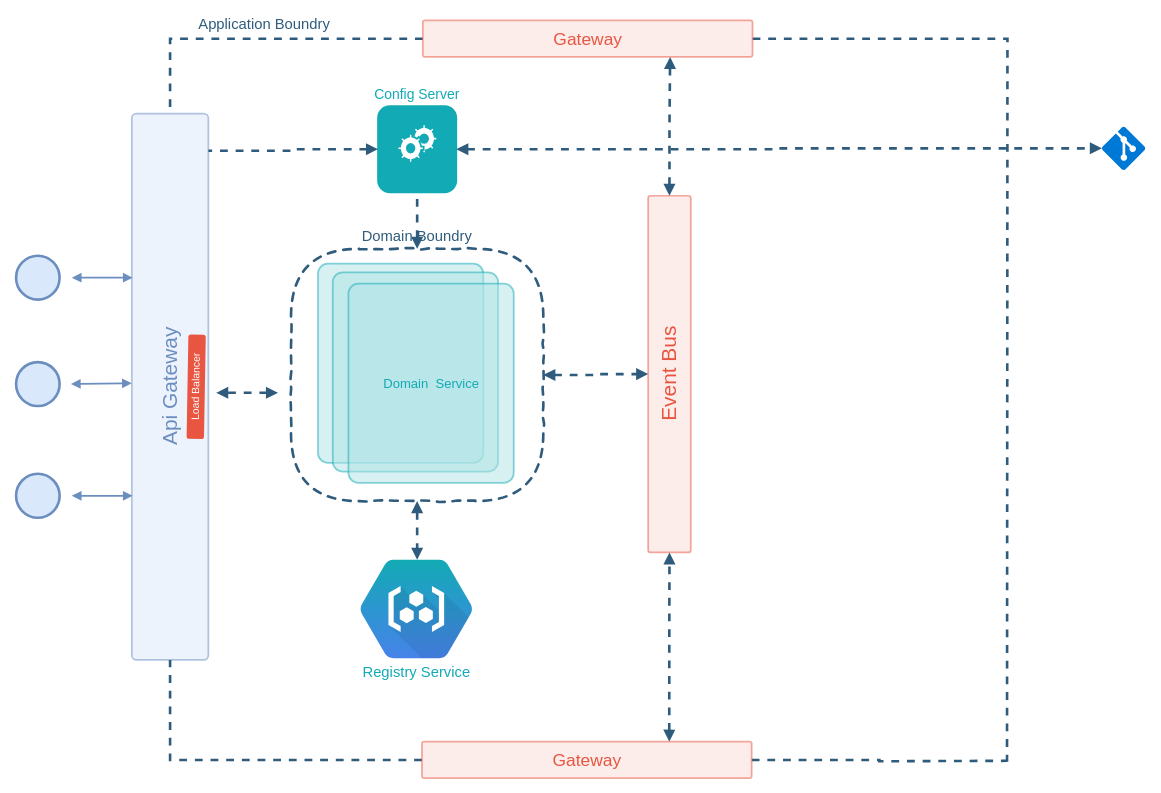
This is event-driven-architecture/application-components.drawio from jinternals/architecture-design, a draw.io file, before an edit. Source tidied: cells renumbered, new cells numbered last; positions are measured from the earlier drawing's top-left corner, leaving out a move shared by most shapes. Both pictures are drawn from the tidied source at 87%, with x=0, y=0 at pixel (-104, -126).
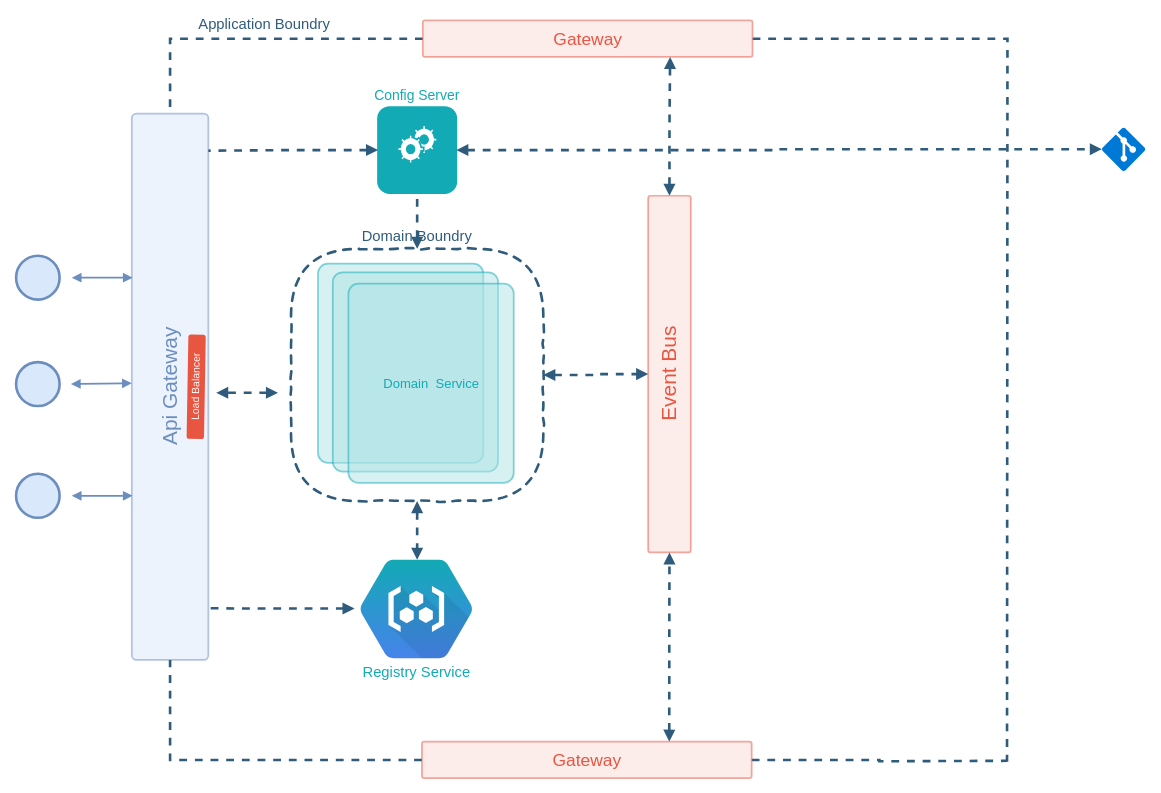
The same diagram, later.

Diff of the diagram source:
```diff
@@
     <mxCell id="28" style="shadow=0;dashed=0;html=1;strokeColor=none;fillColor=#0079D6;labelPosition=center;verticalLabelPosition=bottom;verticalAlign=top;align=center;shape=mxgraph.azure.git_repository;fontColor=#0066CC;" parent="1" vertex="1">
-      <mxGeometry x="1385" y="290" width="50" height="50" as="geometry" />
+      <mxGeometry x="1385" y="291" width="50" height="50" as="geometry" />
     </mxCell>
     <mxCell id="29" style="group;" parent="1" vertex="1">
-      <mxGeometry x="553" y="266.5" width="90" height="99" as="geometry" />
+      <mxGeometry x="553" y="267.5" width="90" height="99" as="geometry" />
     </mxCell>
@@
+    <mxCell id="37" style="edgeStyle=orthogonalEdgeStyle;rounded=0;orthogonalLoop=1;jettySize=auto;html=1;entryX=0.932;entryY=1;entryDx=0;entryDy=0;entryPerimeter=0;dashed=1;startArrow=block;startFill=1;endArrow=none;endFill=0;strokeColor=#2F5B7C;strokeWidth=3;fontSize=17;fontColor=#12AAB5;" parent="1" edge="1">
+      <mxGeometry relative="1" as="geometry">
+        <mxPoint x="526" y="844" as="sourcePoint" />
+        <mxPoint x="355" y="843.5" as="targetPoint" />
+        <Array as="points">
+          <mxPoint x="396" y="844" />
+          <mxPoint x="396" y="844" />
+        </Array>
+      </mxGeometry>
+    </mxCell>
```
